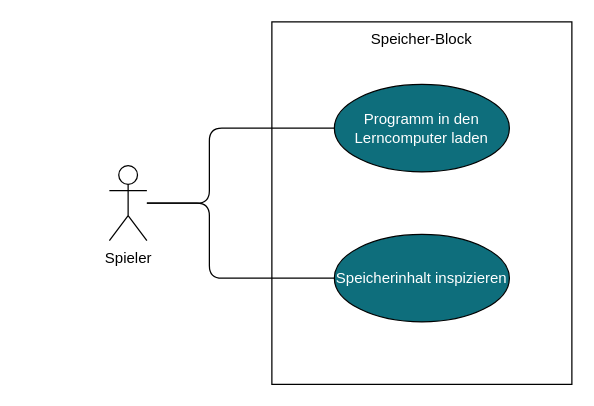
Before: Speicher-Blcok.drawio in LundiNord/RISCJ-Diagramms, a draw.io diagram. Source tidied: cells renumbered, new cells numbered last; positions are measured from the earlier drawing's top-left corner, leaving out a move shared by most shapes. Both pictures are drawn from the tidied source at 125%, with x=0, y=0 at pixel (109, 21).
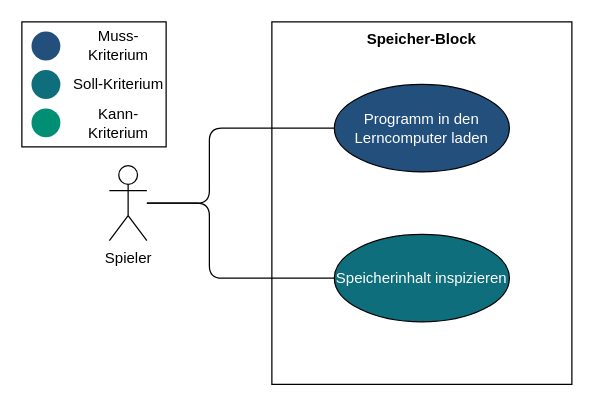
Above is the later version.

The edit, as a diff of the source:
```diff
@@
 <mxGraphModel>
   <root>
     <mxCell id="0" />
     <mxCell id="1" parent="0" />
-    <mxCell id="2" value="Speicher-Block" style="whiteSpace=wrap;html=1;fillColor=none;verticalAlign=top;" parent="1" vertex="1">
+    <mxCell id="2" value="&lt;b&gt;Speicher-Block&lt;/b&gt;" style="whiteSpace=wrap;html=1;fillColor=none;verticalAlign=top;" parent="1" vertex="1">
       <mxGeometry x="130" width="240" height="290" as="geometry" />
     </mxCell>
     <mxCell id="3" style="edgeStyle=orthogonalEdgeStyle;shape=connector;rounded=1;jettySize=auto;html=1;labelBackgroundColor=default;strokeColor=default;align=center;verticalAlign=middle;fontFamily=Helvetica;fontSize=11;fontColor=default;endArrow=none;endFill=0;" parent="1" edge="1" source="5" target="7">
       <mxGeometry relative="1" as="geometry">
         <Array as="points">
           <mxPoint x="80" y="145" />
           <mxPoint x="80" y="85" />
         </Array>
       </mxGeometry>
     </mxCell>
     <mxCell id="4" style="edgeStyle=orthogonalEdgeStyle;shape=connector;rounded=1;jettySize=auto;html=1;labelBackgroundColor=default;strokeColor=default;align=center;verticalAlign=middle;fontFamily=Helvetica;fontSize=11;fontColor=default;endArrow=none;endFill=0;" parent="1" edge="1" source="5" target="6">
       <mxGeometry relative="1" as="geometry">
         <Array as="points">
           <mxPoint x="80" y="145" />
           <mxPoint x="80" y="205" />
         </Array>
       </mxGeometry>
     </mxCell>
     <mxCell id="5" value="Spieler" style="shape=umlActor;verticalLabelPosition=bottom;labelBackgroundColor=#ffffff;verticalAlign=top;html=1;fillColor=none;" parent="1" vertex="1">
       <mxGeometry y="115" width="30" height="60" as="geometry" />
     </mxCell>
     <mxCell id="6" value="Speicherinhalt inspizieren" style="ellipse;whiteSpace=wrap;html=1;fillColor=#0e6e7c;fontColor=#FFFFFF;" parent="1" vertex="1">
       <mxGeometry x="180" y="170" width="140" height="70" as="geometry" />
     </mxCell>
-    <mxCell id="7" value="Programm in den Lerncomputer laden" style="ellipse;whiteSpace=wrap;html=1;fontColor=#FFFFFF;fillColor=#0E6E7C;" parent="1" vertex="1">
+    <mxCell id="7" value="Programm in den Lerncomputer laden" style="ellipse;whiteSpace=wrap;html=1;fontColor=#FFFFFF;fillColor=#234F7C;" parent="1" vertex="1">
       <mxGeometry x="180" y="50" width="140" height="70" as="geometry" />
     </mxCell>
+    <mxCell id="8" style="group;" parent="1" vertex="1">
+      <mxGeometry x="-70" width="115.4" height="100" as="geometry" />
+    </mxCell>
+    <mxCell id="9" style="ellipse;whiteSpace=wrap;html=1;strokeColor=none;fillColor=#234F7C;" parent="8" vertex="1">
+      <mxGeometry x="7.7" y="7.7" width="23.1" height="23.1" as="geometry" />
+    </mxCell>
+    <mxCell id="10" style="ellipse;whiteSpace=wrap;html=1;strokeColor=none;fillColor=#0E6E7C;" parent="8" vertex="1">
+      <mxGeometry x="7.7" y="38.5" width="23.1" height="23.1" as="geometry" />
+    </mxCell>
+    <mxCell id="11" style="ellipse;whiteSpace=wrap;html=1;strokeColor=none;fillColor=#008E74;" parent="8" vertex="1">
+      <mxGeometry x="7.7" y="69.2" width="23.1" height="23.1" as="geometry" />
+    </mxCell>
+    <mxCell id="12" value="Muss-Kriterium" style="text;html=1;strokeColor=none;fillColor=none;align=center;verticalAlign=middle;whiteSpace=wrap;rounded=0;" parent="8" vertex="1">
+      <mxGeometry x="38.5" y="7.7" width="76.9" height="23.1" as="geometry" />
+    </mxCell>
+    <mxCell id="13" value="Soll-Kriterium" style="text;html=1;strokeColor=none;fillColor=none;align=center;verticalAlign=middle;whiteSpace=wrap;rounded=0;" parent="8" vertex="1">
+      <mxGeometry x="38.5" y="38.5" width="76.9" height="23.1" as="geometry" />
+    </mxCell>
+    <mxCell id="14" value="Kann-Kriterium" style="text;html=1;strokeColor=none;fillColor=none;align=center;verticalAlign=middle;whiteSpace=wrap;rounded=0;" parent="8" vertex="1">
+      <mxGeometry x="38.5" y="69.2" width="76.9" height="23.1" as="geometry" />
+    </mxCell>
+    <mxCell id="15" style="rounded=0;whiteSpace=wrap;html=1;fillColor=none;" parent="8" vertex="1">
+      <mxGeometry width="115.4" height="100" as="geometry" />
+    </mxCell>
   </root>
 </mxGraphModel>
```
